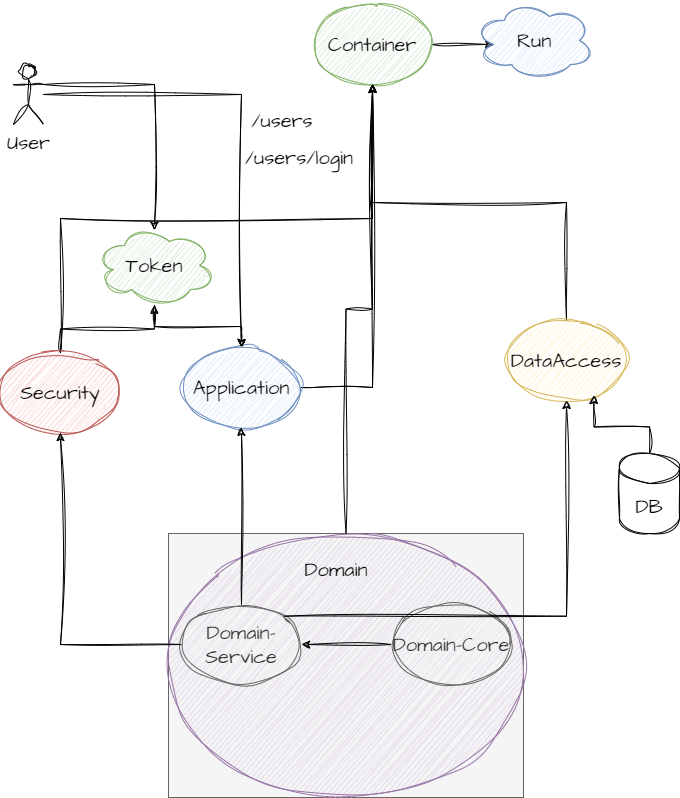
MehrdadFalahati/money-transfer keeps this draw.io diagram as Application-Diagram.png. Above is the earlier version. Source tidied: cells renumbered, new cells last; positions are measured from the earlier drawing's top-left corner, leaving out a move shared by most shapes.
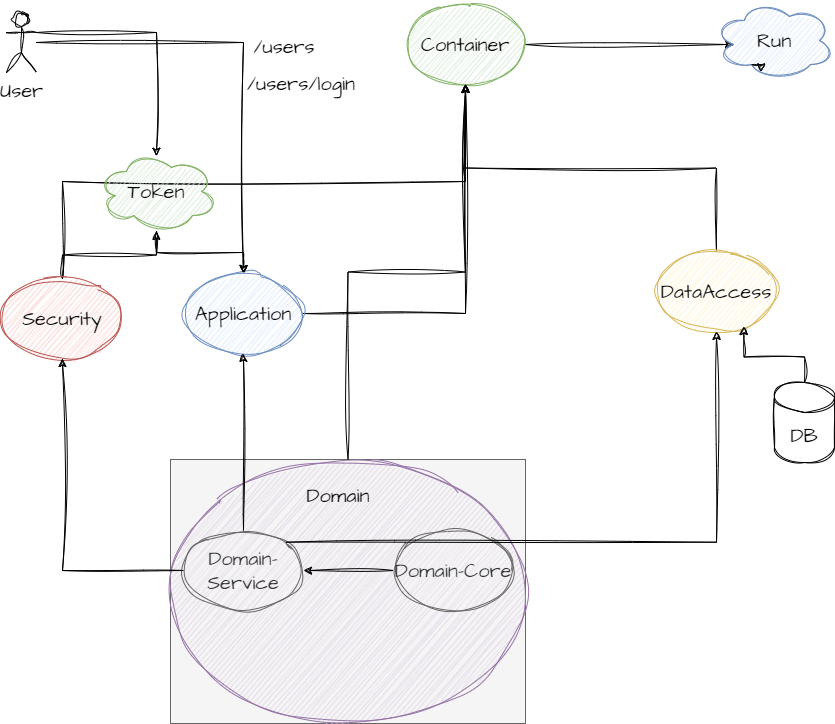
Later version of the same file.

Change to the diagram source:
```diff
@@ -6,7 +6,7 @@
       <mxGeometry relative="1" as="geometry" />
     </mxCell>
     <mxCell id="3" value="Container" style="ellipse;whiteSpace=wrap;html=1;sketch=1;hachureGap=4;jiggle=2;curveFitting=1;fontFamily=Architects Daughter;fontSource=https%3A%2F%2Ffonts.googleapis.com%2Fcss%3Ffamily%3DArchitects%2BDaughter;fontSize=20;fillColor=#d5e8d4;strokeColor=#82b366;" parent="1" vertex="1">
-      <mxGeometry x="312" y="4" width="120" height="80" as="geometry" />
+      <mxGeometry x="403" y="78" width="120" height="80" as="geometry" />
     </mxCell>
     <mxCell id="4" style="edgeStyle=orthogonalEdgeStyle;rounded=0;sketch=1;hachureGap=4;jiggle=2;curveFitting=1;jettySize=auto;html=1;fontFamily=Architects Daughter;fontSource=https%3A%2F%2Ffonts.googleapis.com%2Fcss%3Ffamily%3DArchitects%2BDaughter;fontSize=16;entryX=0.5;entryY=1;entryDx=0;entryDy=0;" parent="1" edge="1" source="5" target="3">
       <mxGeometry relative="1" as="geometry" />
@@ -18,7 +18,7 @@
       <mxGeometry relative="1" as="geometry" />
     </mxCell>
     <mxCell id="7" value="DataAccess" style="ellipse;whiteSpace=wrap;html=1;sketch=1;hachureGap=4;jiggle=2;curveFitting=1;fontFamily=Architects Daughter;fontSource=https%3A%2F%2Ffonts.googleapis.com%2Fcss%3Ffamily%3DArchitects%2BDaughter;fontSize=20;fillColor=#fff2cc;strokeColor=#d6b656;" parent="1" vertex="1">
-      <mxGeometry x="506" y="320" width="120" height="80" as="geometry" />
+      <mxGeometry x="654" y="325" width="120" height="80" as="geometry" />
     </mxCell>
     <mxCell id="8" style="edgeStyle=orthogonalEdgeStyle;rounded=0;sketch=1;hachureGap=4;jiggle=2;curveFitting=1;jettySize=auto;html=1;exitX=0.5;exitY=0;exitDx=0;exitDy=0;fontFamily=Architects Daughter;fontSource=https%3A%2F%2Ffonts.googleapis.com%2Fcss%3Ffamily%3DArchitects%2BDaughter;fontSize=16;" parent="1" edge="1" source="10" target="20">
       <mxGeometry relative="1" as="geometry" />
@@ -51,7 +51,7 @@
       <mxGeometry relative="1" as="geometry" />
     </mxCell>
     <mxCell id="18" value="DB" style="shape=cylinder3;whiteSpace=wrap;html=1;boundedLbl=1;backgroundOutline=1;size=15;sketch=1;hachureGap=4;jiggle=2;curveFitting=1;fontFamily=Architects Daughter;fontSource=https%3A%2F%2Ffonts.googleapis.com%2Fcss%3Ffamily%3DArchitects%2BDaughter;fontSize=20;" parent="1" vertex="1">
-      <mxGeometry x="619" y="453" width="60" height="80" as="geometry" />
+      <mxGeometry x="772" y="456" width="60" height="80" as="geometry" />
     </mxCell>
     <mxCell id="19" style="edgeStyle=orthogonalEdgeStyle;rounded=0;sketch=1;hachureGap=4;jiggle=2;curveFitting=1;jettySize=auto;html=1;fontFamily=Architects Daughter;fontSource=https%3A%2F%2Ffonts.googleapis.com%2Fcss%3Ffamily%3DArchitects%2BDaughter;fontSize=16;" parent="1" edge="1" source="20" target="5">
       <mxGeometry relative="1" as="geometry" />
@@ -72,7 +72,7 @@
       <mxGeometry relative="1" as="geometry" />
     </mxCell>
     <mxCell id="25" value="Run" style="ellipse;shape=cloud;whiteSpace=wrap;html=1;sketch=1;hachureGap=4;jiggle=2;curveFitting=1;fontFamily=Architects Daughter;fontSource=https%3A%2F%2Ffonts.googleapis.com%2Fcss%3Ffamily%3DArchitects%2BDaughter;fontSize=20;fillColor=#dae8fc;strokeColor=#6c8ebf;" parent="1" vertex="1">
-      <mxGeometry x="474" width="120" height="80" as="geometry" />
+      <mxGeometry x="712" y="74" width="120" height="80" as="geometry" />
     </mxCell>
     <mxCell id="26" style="edgeStyle=orthogonalEdgeStyle;rounded=0;sketch=1;hachureGap=4;jiggle=2;curveFitting=1;jettySize=auto;html=1;exitX=1;exitY=0.3333333333333333;exitDx=0;exitDy=0;exitPerimeter=0;entryX=0.5;entryY=0.058;entryDx=0;entryDy=0;entryPerimeter=0;fontFamily=Architects Daughter;fontSource=https%3A%2F%2Ffonts.googleapis.com%2Fcss%3Ffamily%3DArchitects%2BDaughter;fontSize=16;" parent="1" edge="1" source="28" target="20">
       <mxGeometry relative="1" as="geometry" />
@@ -81,7 +81,7 @@
       <mxGeometry relative="1" as="geometry" />
     </mxCell>
     <mxCell id="28" value="User" style="shape=umlActor;verticalLabelPosition=bottom;verticalAlign=top;html=1;outlineConnect=0;sketch=1;hachureGap=4;jiggle=2;curveFitting=1;fontFamily=Architects Daughter;fontSource=https%3A%2F%2Ffonts.googleapis.com%2Fcss%3Ffamily%3DArchitects%2BDaughter;fontSize=20;" parent="1" vertex="1">
-      <mxGeometry x="13" y="64" width="30" height="60" as="geometry" />
+      <mxGeometry x="4" y="86" width="30" height="60" as="geometry" />
     </mxCell>
     <mxCell id="29" value="/users" style="text;html=1;strokeColor=none;fillColor=none;align=center;verticalAlign=middle;whiteSpace=wrap;rounded=0;fontSize=20;fontFamily=Architects Daughter;" parent="1" vertex="1">
       <mxGeometry x="252" y="105" width="60" height="30" as="geometry" />
@@ -89,5 +89,8 @@
     <mxCell id="30" value="/users/login" style="text;html=1;strokeColor=none;fillColor=none;align=center;verticalAlign=middle;whiteSpace=wrap;rounded=0;fontSize=20;fontFamily=Architects Daughter;" parent="1" vertex="1">
       <mxGeometry x="269" y="142" width="60" height="30" as="geometry" />
     </mxCell>
+    <mxCell id="31" style="edgeStyle=orthogonalEdgeStyle;rounded=0;sketch=1;hachureGap=4;jiggle=2;curveFitting=1;orthogonalLoop=1;jettySize=auto;html=1;exitX=0.31;exitY=0.8;exitDx=0;exitDy=0;exitPerimeter=0;entryX=0.389;entryY=0.892;entryDx=0;entryDy=0;entryPerimeter=0;fontFamily=Architects Daughter;fontSource=https%3A%2F%2Ffonts.googleapis.com%2Fcss%3Ffamily%3DArchitects%2BDaughter;fontSize=16;" parent="1" edge="1" source="25" target="25">
+      <mxGeometry relative="1" as="geometry" />
+    </mxCell>
   </root>
 </mxGraphModel>
```
